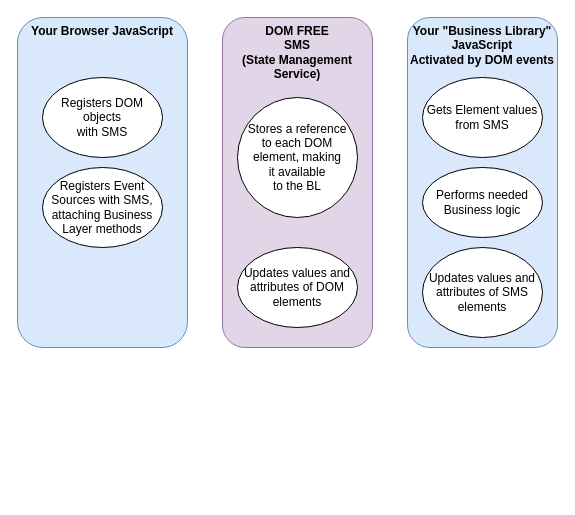
infoAtDomFree/dom-free keeps this draw.io diagram as page "Page-1" (1 of 2) of Untitled Diagram.drawio. Above is the earlier version. Source tidied: cells renumbered, new cells numbered last; positions are measured from the earlier drawing's top-left corner, leaving out a move shared by most shapes. Both pictures are drawn from the tidied source at 100%, with x=0, y=0 at pixel (17, 17).
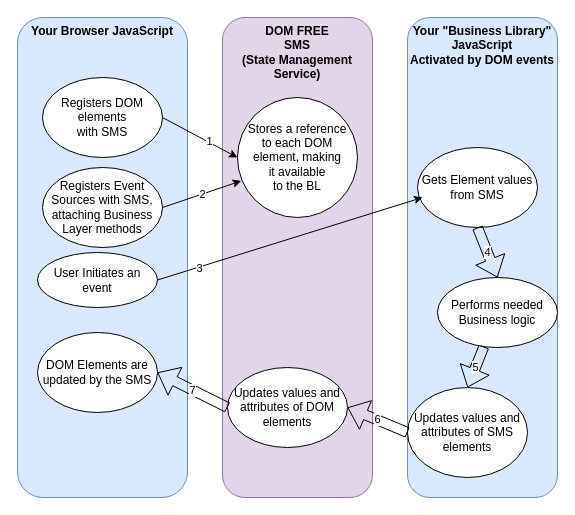
The same diagram, later.

The change refers to these unchanged cells:
```xml
<mxCell id="6" value="Registers Event Sources with SMS, attaching Business Layer methods" style="ellipse;whiteSpace=wrap;html=1;" parent="1" vertex="1">
  <mxGeometry x="25" y="150" width="120" height="80" as="geometry" />
</mxCell>
<mxCell id="11" value="Stores a reference&lt;br&gt;to each DOM element, making&lt;br&gt;it available &lt;br&gt;to the BL" style="ellipse;whiteSpace=wrap;html=1;" parent="1" vertex="1">
  <mxGeometry x="220" y="80" width="120" height="120" as="geometry" />
</mxCell>
```

Change to the diagram source:
```diff
@@
     <mxCell id="2" value="Your Browser JavaScript" style="rounded=1;whiteSpace=wrap;html=1;verticalAlign=top;fillColor=#dae8fc;strokeColor=#6c8ebf;fontStyle=1;" parent="1" vertex="1">
-      <mxGeometry width="170" height="330" as="geometry" />
+      <mxGeometry width="170" height="480" as="geometry" />
     </mxCell>
     <mxCell id="3" value="DOM FREE&lt;br&gt;SMS&lt;br&gt;(State Management Service)" style="rounded=1;whiteSpace=wrap;html=1;verticalAlign=top;labelBackgroundColor=none;fillColor=#e1d5e7;strokeColor=#9673a6;fontStyle=1;" parent="1" vertex="1">
-      <mxGeometry x="205" width="150" height="330" as="geometry" />
+      <mxGeometry x="205" width="150" height="480" as="geometry" />
     </mxCell>
     <mxCell id="4" value="Your &quot;Business Library&quot; JavaScript&lt;br&gt;Activated by DOM events" style="rounded=1;whiteSpace=wrap;html=1;verticalAlign=top;fillColor=#dae8fc;strokeColor=#6c8ebf;fontStyle=1;" parent="1" vertex="1">
-      <mxGeometry x="390" width="150" height="330" as="geometry" />
+      <mxGeometry x="390" width="150" height="480" as="geometry" />
     </mxCell>
-    <mxCell id="5" value="Registers DOM objects&lt;br&gt;with SMS" style="ellipse;whiteSpace=wrap;html=1;" parent="1" vertex="1">
+    <mxCell id="5" value="Registers DOM elements&lt;br&gt;with SMS" style="ellipse;whiteSpace=wrap;html=1;" parent="1" vertex="1">
       <mxGeometry x="25" y="60" width="120" height="80" as="geometry" />
     </mxCell>
@@
     <mxCell id="7" value="Gets Element values from SMS" style="ellipse;whiteSpace=wrap;html=1;" parent="1" vertex="1">
-      <mxGeometry x="405" y="60" width="120" height="80" as="geometry" />
+      <mxGeometry x="400" y="130" width="120" height="80" as="geometry" />
     </mxCell>
-    <mxCell id="8" value="Performs needed Business logic" style="ellipse;whiteSpace=wrap;html=1;" parent="1" vertex="1">
-      <mxGeometry x="405" y="150" width="120" height="70" as="geometry" />
-    </mxCell>
     <mxCell id="9" value="Updates values and attributes of SMS elements" style="ellipse;whiteSpace=wrap;html=1;" parent="1" vertex="1">
-      <mxGeometry x="405" y="230" width="120" height="90" as="geometry" />
+      <mxGeometry x="390" y="370" width="120" height="90" as="geometry" />
     </mxCell>
     <mxCell id="10" value="Updates values and attributes of DOM elements" style="ellipse;whiteSpace=wrap;html=1;" parent="1" vertex="1">
-      <mxGeometry x="220" y="230" width="120" height="80" as="geometry" />
+      <mxGeometry x="210" y="350" width="120" height="80" as="geometry" />
     </mxCell>
@@
+    <mxCell id="12" style="endArrow=classic;html=1;rounded=0;exitX=1;exitY=0.5;exitDx=0;exitDy=0;entryX=0;entryY=0.5;entryDx=0;entryDy=0;" parent="1" edge="1" source="5" target="11">
+      <mxGeometry relative="1" as="geometry" />
+    </mxCell>
+    <mxCell id="13" value="1" style="edgeLabel;html=1;align=center;verticalAlign=middle;" parent="12" vertex="1">
+      <mxGeometry x="0.22" y="1" relative="1" as="geometry" />
+    </mxCell>
+    <mxCell id="14" value="User Initiates an event" style="ellipse;whiteSpace=wrap;html=1;" parent="1" vertex="1">
+      <mxGeometry x="20" y="235" width="120" height="55" as="geometry" />
+    </mxCell>
+    <mxCell id="15" style="endArrow=classic;html=1;rounded=0;exitX=1;exitY=0.5;exitDx=0;exitDy=0;entryX=0.042;entryY=0.625;entryDx=0;entryDy=0;entryPerimeter=0;" parent="1" edge="1" source="14" target="7">
+      <mxGeometry relative="1" as="geometry" />
+    </mxCell>
+    <mxCell id="16" value="3" style="edgeLabel;html=1;align=center;verticalAlign=middle;" parent="15" vertex="1">
+      <mxGeometry x="-0.69" y="-1" relative="1" as="geometry" />
+    </mxCell>
+    <mxCell id="17" value="2" style="endArrow=classic;html=1;rounded=0;exitX=1;exitY=0.5;exitDx=0;exitDy=0;entryX=0.031;entryY=0.695;entryDx=0;entryDy=0;entryPerimeter=0;" parent="1" edge="1" source="6" target="11">
+      <mxGeometry relative="1" as="geometry" />
+    </mxCell>
+    <mxCell id="18" value="4" style="shape=flexArrow;endArrow=classic;html=1;rounded=0;entryX=0.5;entryY=0;entryDx=0;entryDy=0;exitX=0.5;exitY=1;exitDx=0;exitDy=0;" parent="1" edge="1" source="7" target="8">
+      <mxGeometry relative="1" as="geometry" />
+    </mxCell>
+    <mxCell id="19" value="5" style="shape=flexArrow;endArrow=classic;html=1;rounded=0;entryX=0.5;entryY=0;entryDx=0;entryDy=0;startArrow=none;" parent="1" edge="1" source="8" target="9">
+      <mxGeometry relative="1" as="geometry" />
+    </mxCell>
+    <mxCell id="20" value="6" style="shape=flexArrow;endArrow=classic;html=1;rounded=0;entryX=1;entryY=0.5;entryDx=0;entryDy=0;exitX=0;exitY=0.5;exitDx=0;exitDy=0;" parent="1" edge="1" source="9" target="10">
+      <mxGeometry relative="1" as="geometry" />
+    </mxCell>
+    <mxCell id="21" value="DOM Elements are updated by the SMS" style="ellipse;whiteSpace=wrap;html=1;" parent="1" vertex="1">
+      <mxGeometry x="20" y="315" width="120" height="80" as="geometry" />
+    </mxCell>
+    <mxCell id="22" value="7" style="shape=flexArrow;endArrow=classic;html=1;rounded=0;entryX=1;entryY=0.5;entryDx=0;entryDy=0;exitX=0;exitY=0.5;exitDx=0;exitDy=0;" parent="1" edge="1" source="10" target="21">
+      <mxGeometry relative="1" as="geometry" />
+    </mxCell>
+    <mxCell id="8" value="Performs needed Business logic" style="ellipse;whiteSpace=wrap;html=1;" parent="1" vertex="1">
+      <mxGeometry x="420" y="260" width="120" height="70" as="geometry" />
+    </mxCell>
```
